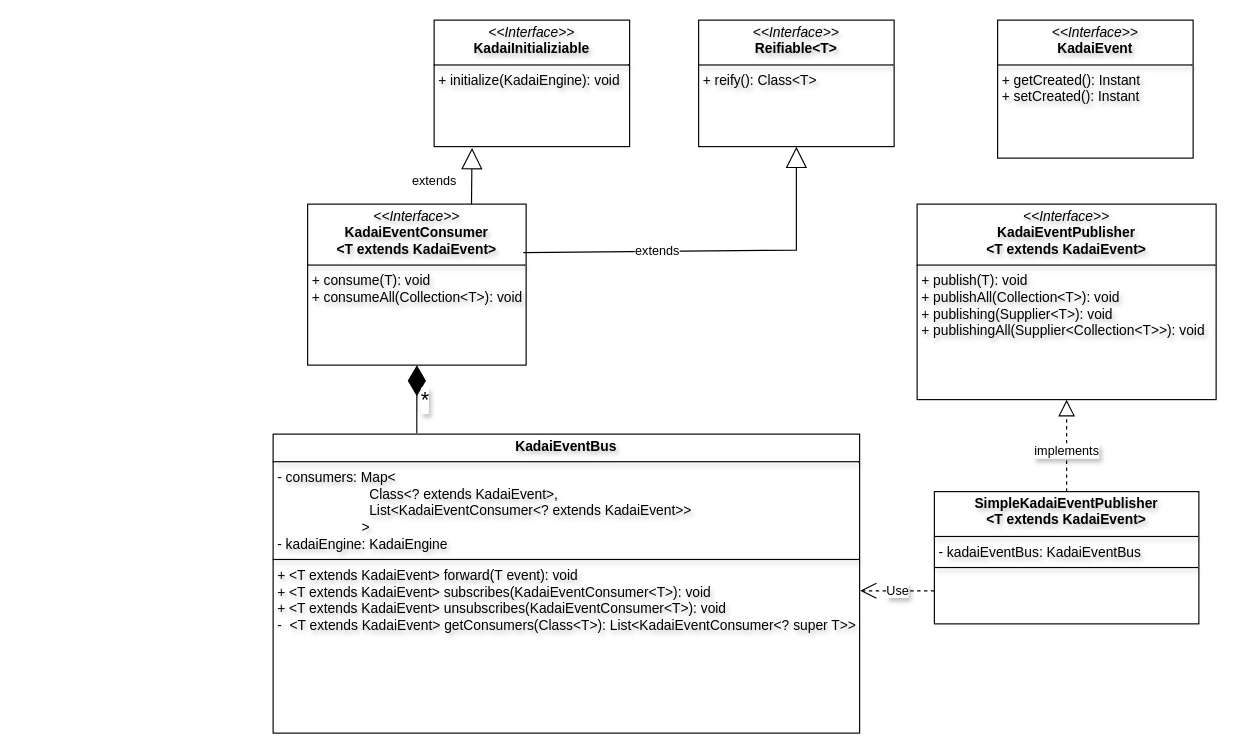
The draw.io diagram docs/user-guide/static/core-concepts/history_overview.drawio in kadai-io/kadai-doc, before the edit. Source tidied: cells renumbered, new cells numbered last; positions are measured from the earlier drawing's top-left corner, leaving out a move shared by most shapes. Both pictures are drawn from the tidied source at 115%, with x=0, y=0 at pixel (273, 20).
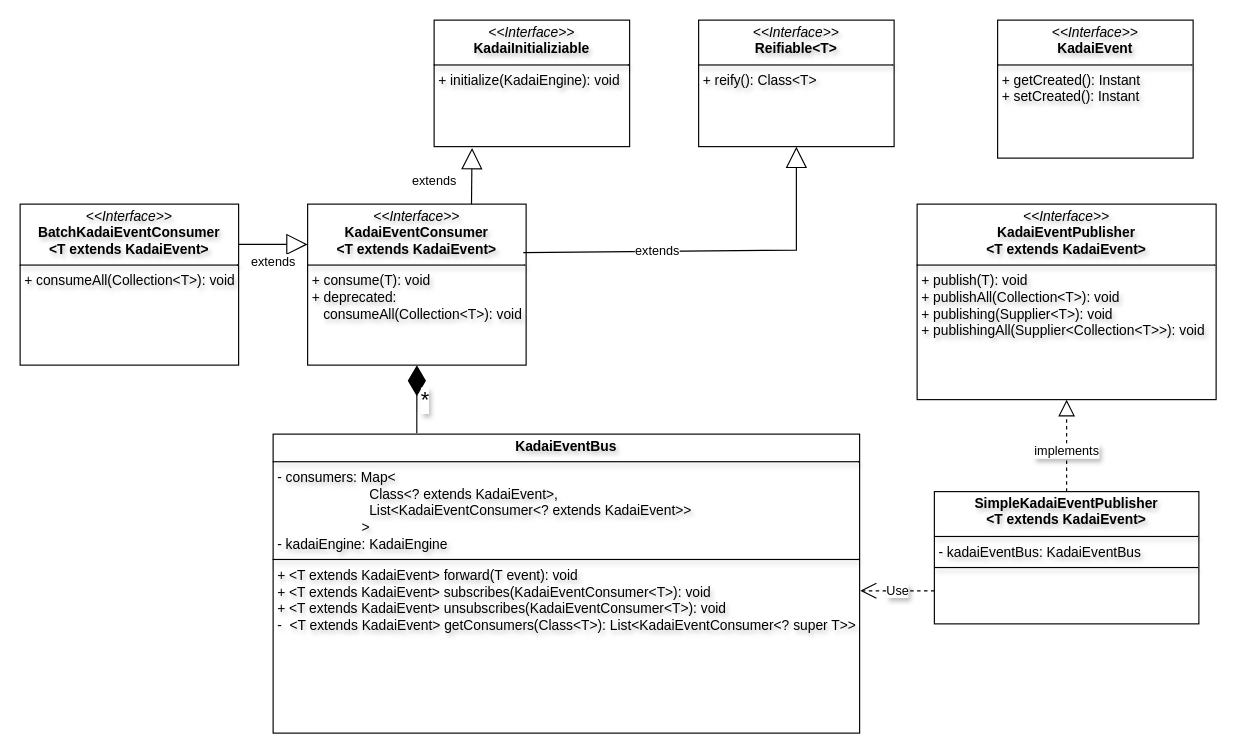
Above is the later version.

Diff of the diagram source:
```diff
@@
 <mxGraphModel>
   <root>
     <mxCell id="0" />
     <mxCell id="1" parent="0" />
-    <mxCell id="2" value="&lt;p style=&quot;margin:0px;margin-top:4px;text-align:center;&quot;&gt;&lt;i&gt;&amp;lt;&amp;lt;Interface&amp;gt;&amp;gt;&lt;/i&gt;&lt;br&gt;&lt;b&gt;KadaiEventConsumer&lt;br&gt;&amp;lt;T extends KadaiEvent&amp;gt;&lt;/b&gt;&lt;/p&gt;&lt;hr size=&quot;1&quot; style=&quot;border-style:solid;&quot;&gt;&lt;p style=&quot;margin:0px;margin-left:4px;&quot;&gt;&lt;/p&gt;&lt;p style=&quot;margin:0px;margin-left:4px;&quot;&gt;+ consume(T): void&lt;/p&gt;&lt;p style=&quot;margin:0px;margin-left:4px;&quot;&gt;+ consumeAll(Collection&amp;lt;T&amp;gt;): void&lt;/p&gt;" style="verticalAlign=top;align=left;overflow=fill;html=1;whiteSpace=wrap;textShadow=1;" parent="1" vertex="1">
+    <mxCell id="2" value="&lt;p style=&quot;margin:0px;margin-top:4px;text-align:center;&quot;&gt;&lt;i&gt;&amp;lt;&amp;lt;Interface&amp;gt;&amp;gt;&lt;/i&gt;&lt;br&gt;&lt;b&gt;KadaiEventConsumer&lt;br&gt;&amp;lt;T extends KadaiEvent&amp;gt;&lt;/b&gt;&lt;/p&gt;&lt;hr size=&quot;1&quot; style=&quot;border-style:solid;&quot;&gt;&lt;p style=&quot;margin:0px;margin-left:4px;&quot;&gt;&lt;/p&gt;&lt;p style=&quot;margin:0px;margin-left:4px;&quot;&gt;+ consume(T): void&lt;/p&gt;&lt;p style=&quot;margin:0px;margin-left:4px;&quot;&gt;+ deprecated:&lt;br&gt;&amp;nbsp; &amp;nbsp;consumeAll(Collection&amp;lt;T&amp;gt;): void&lt;/p&gt;" style="verticalAlign=top;align=left;overflow=fill;html=1;whiteSpace=wrap;textShadow=1;" parent="1" vertex="1">
       <mxGeometry x="30" y="160" width="190" height="140" as="geometry" />
     </mxCell>
     <mxCell id="3" value="&lt;p style=&quot;margin:0px;margin-top:4px;text-align:center;&quot;&gt;&lt;i&gt;&amp;lt;&amp;lt;Interface&amp;gt;&amp;gt;&lt;/i&gt;&lt;br&gt;&lt;b&gt;KadaiInitializiable&lt;br&gt;&lt;/b&gt;&lt;/p&gt;&lt;hr size=&quot;1&quot; style=&quot;border-style:solid;&quot;&gt;&lt;p style=&quot;margin:0px;margin-left:4px;&quot;&gt;&lt;/p&gt;&lt;p style=&quot;margin:0px;margin-left:4px;&quot;&gt;+ initialize(KadaiEngine): void&lt;/p&gt;" style="verticalAlign=top;align=left;overflow=fill;html=1;whiteSpace=wrap;textShadow=1;" parent="1" vertex="1">
       <mxGeometry x="140" width="170" height="110" as="geometry" />
     </mxCell>
     <mxCell id="4" value="&lt;p style=&quot;margin:0px;margin-top:4px;text-align:center;&quot;&gt;&lt;i&gt;&amp;lt;&amp;lt;Interface&amp;gt;&amp;gt;&lt;/i&gt;&lt;br&gt;&lt;b&gt;Reifiable&amp;lt;T&amp;gt;&lt;/b&gt;&lt;/p&gt;&lt;hr size=&quot;1&quot; style=&quot;border-style:solid;&quot;&gt;&lt;p style=&quot;margin:0px;margin-left:4px;&quot;&gt;&lt;/p&gt;&lt;p style=&quot;margin:0px;margin-left:4px;&quot;&gt;+ reify(): Class&amp;lt;T&amp;gt;&lt;/p&gt;" style="verticalAlign=top;align=left;overflow=fill;html=1;whiteSpace=wrap;textShadow=1;" parent="1" vertex="1">
       <mxGeometry x="370" width="170" height="110" as="geometry" />
     </mxCell>
     <mxCell id="5" value="&lt;p style=&quot;margin:0px;margin-top:4px;text-align:center;&quot;&gt;&lt;i&gt;&amp;lt;&amp;lt;Interface&amp;gt;&amp;gt;&lt;/i&gt;&lt;br&gt;&lt;b&gt;KadaiEventPublisher&lt;br&gt;&amp;lt;T extends KadaiEvent&amp;gt;&lt;/b&gt;&lt;/p&gt;&lt;hr size=&quot;1&quot; style=&quot;border-style:solid;&quot;&gt;&lt;p style=&quot;margin:0px;margin-left:4px;&quot;&gt;&lt;/p&gt;&lt;p style=&quot;margin:0px;margin-left:4px;&quot;&gt;+ publish(T): void&lt;/p&gt;&lt;p style=&quot;margin:0px;margin-left:4px;&quot;&gt;+ publishAll(Collection&amp;lt;T&amp;gt;): void&lt;/p&gt;&lt;p style=&quot;margin: 0px 0px 0px 4px;&quot;&gt;&lt;/p&gt;&lt;p style=&quot;margin: 0px 0px 0px 4px;&quot;&gt;+ publishing(Supplier&amp;lt;T&amp;gt;): void&lt;/p&gt;&lt;p style=&quot;margin: 0px 0px 0px 4px;&quot;&gt;+ publishingAll(Supplier&amp;lt;&lt;span style=&quot;background-color: transparent; color: light-dark(rgb(0, 0, 0), rgb(255, 255, 255));&quot;&gt;Collection&amp;lt;T&amp;gt;&amp;gt;&lt;/span&gt;&lt;span style=&quot;background-color: transparent; color: light-dark(rgb(0, 0, 0), rgb(255, 255, 255));&quot;&gt;): void&lt;/span&gt;&lt;/p&gt;" style="verticalAlign=top;align=left;overflow=fill;html=1;whiteSpace=wrap;textShadow=1;" parent="1" vertex="1">
       <mxGeometry x="560" y="160" width="260" height="170" as="geometry" />
     </mxCell>
     <mxCell id="6" value="&lt;p style=&quot;margin:0px;margin-top:4px;text-align:center;&quot;&gt;&lt;i&gt;&amp;lt;&amp;lt;Interface&amp;gt;&amp;gt;&lt;/i&gt;&lt;br&gt;&lt;b&gt;KadaiEvent&lt;/b&gt;&lt;/p&gt;&lt;hr size=&quot;1&quot; style=&quot;border-style:solid;&quot;&gt;&lt;p style=&quot;margin:0px;margin-left:4px;&quot;&gt;&lt;/p&gt;&lt;p style=&quot;margin:0px;margin-left:4px;&quot;&gt;+ getCreated(): Instant&lt;/p&gt;&lt;p style=&quot;margin:0px;margin-left:4px;&quot;&gt;+ setCreated(): Instant&lt;/p&gt;" style="verticalAlign=top;align=left;overflow=fill;html=1;whiteSpace=wrap;textShadow=1;" parent="1" vertex="1">
       <mxGeometry x="630" width="170" height="120" as="geometry" />
     </mxCell>
     <mxCell id="7" value="&lt;p style=&quot;margin:0px;margin-top:4px;text-align:center;&quot;&gt;&lt;b&gt;SimpleKadaiEventPublisher&lt;br&gt;&amp;lt;T extends KadaiEvent&amp;gt;&lt;/b&gt;&lt;/p&gt;&lt;hr size=&quot;1&quot; style=&quot;border-style:solid;&quot;&gt;&lt;p style=&quot;margin:0px;margin-left:4px;&quot;&gt;- kadaiEventBus: KadaiEventBus&lt;/p&gt;&lt;hr size=&quot;1&quot; style=&quot;border-style:solid;&quot;&gt;&lt;p style=&quot;margin:0px;margin-left:4px;&quot;&gt;&lt;br&gt;&lt;/p&gt;" style="verticalAlign=top;align=left;overflow=fill;html=1;whiteSpace=wrap;textShadow=1;" parent="1" vertex="1">
       <mxGeometry x="575" y="410" width="230" height="115" as="geometry" />
     </mxCell>
     <mxCell id="8" value="&lt;p style=&quot;margin:0px;margin-top:4px;text-align:center;&quot;&gt;&lt;b&gt;KadaiEventBus&lt;/b&gt;&lt;/p&gt;&lt;hr size=&quot;1&quot; style=&quot;border-style:solid;&quot;&gt;&lt;p style=&quot;margin:0px;margin-left:4px;&quot;&gt;- consumers:&amp;nbsp;Map&amp;lt;&lt;/p&gt;&lt;p style=&quot;margin:0px;margin-left:4px;&quot;&gt;&amp;nbsp; &amp;nbsp; &amp;nbsp; &amp;nbsp; &amp;nbsp; &amp;nbsp; &amp;nbsp; &amp;nbsp; &amp;nbsp; &amp;nbsp; &amp;nbsp; &amp;nbsp; Class&amp;lt;? extends KadaiEvent&amp;gt;,&amp;nbsp;&lt;/p&gt;&lt;p style=&quot;margin:0px;margin-left:4px;&quot;&gt;&amp;nbsp; &amp;nbsp; &amp;nbsp; &amp;nbsp; &amp;nbsp; &amp;nbsp; &amp;nbsp; &amp;nbsp; &amp;nbsp; &amp;nbsp; &amp;nbsp; &amp;nbsp; List&amp;lt;KadaiEventConsumer&amp;lt;? extends KadaiEvent&amp;gt;&amp;gt;&lt;/p&gt;&lt;p style=&quot;margin:0px;margin-left:4px;&quot;&gt;&amp;nbsp; &amp;nbsp; &amp;nbsp; &amp;nbsp; &amp;nbsp; &amp;nbsp; &amp;nbsp; &amp;nbsp; &amp;nbsp; &amp;nbsp; &amp;nbsp; &amp;gt;&lt;/p&gt;&lt;p style=&quot;margin:0px;margin-left:4px;&quot;&gt;- kadaiEngine: KadaiEngine&lt;/p&gt;&lt;hr size=&quot;1&quot; style=&quot;border-style:solid;&quot;&gt;&lt;p style=&quot;margin:0px;margin-left:4px;&quot;&gt;+ &amp;lt;T extends KadaiEvent&amp;gt; forward(T event): void&lt;/p&gt;&lt;p style=&quot;margin:0px;margin-left:4px;&quot;&gt;+&amp;nbsp;&lt;span style=&quot;background-color: transparent; color: light-dark(rgb(0, 0, 0), rgb(255, 255, 255));&quot;&gt;&amp;lt;T extends KadaiEvent&amp;gt;&amp;nbsp;&lt;/span&gt;&lt;span style=&quot;background-color: transparent; color: light-dark(rgb(0, 0, 0), rgb(255, 255, 255));&quot;&gt;subscribes(KadaiEventConsumer&amp;lt;T&amp;gt;): void&lt;/span&gt;&lt;/p&gt;&lt;p style=&quot;margin:0px;margin-left:4px;&quot;&gt;+&amp;nbsp;&lt;span style=&quot;color: light-dark(rgb(0, 0, 0), rgb(255, 255, 255)); background-color: transparent;&quot;&gt;&amp;lt;T extends KadaiEvent&amp;gt; un&lt;/span&gt;&lt;span style=&quot;color: light-dark(rgb(0, 0, 0), rgb(255, 255, 255)); background-color: transparent;&quot;&gt;subscribes(KadaiEventConsumer&amp;lt;T&amp;gt;): void&lt;/span&gt;&lt;span style=&quot;background-color: transparent; color: light-dark(rgb(0, 0, 0), rgb(255, 255, 255));&quot;&gt;&lt;/span&gt;&lt;/p&gt;&lt;p style=&quot;margin:0px;margin-left:4px;&quot;&gt;-&amp;nbsp; &amp;lt;T extends KadaiEvent&amp;gt;&amp;nbsp;getConsumers(Class&amp;lt;T&amp;gt;):&amp;nbsp;List&amp;lt;KadaiEventConsumer&amp;lt;? super T&amp;gt;&amp;gt;&lt;span style=&quot;color: light-dark(rgb(0, 0, 0), rgb(255, 255, 255)); background-color: transparent;&quot;&gt;&lt;/span&gt;&lt;/p&gt;" style="verticalAlign=top;align=left;overflow=fill;html=1;whiteSpace=wrap;textShadow=1;" parent="1" vertex="1">
       <mxGeometry y="360" width="510" height="260" as="geometry" />
     </mxCell>
     <mxCell id="9" style="endArrow=block;dashed=1;endFill=0;endSize=12;html=1;rounded=0;textShadow=1;exitX=0.5;exitY=0;exitDx=0;exitDy=0;entryX=0.5;entryY=1;entryDx=0;entryDy=0;" parent="1" edge="1" source="7" target="5">
       <mxGeometry relative="1" as="geometry" />
     </mxCell>
     <mxCell id="10" value="implements" style="edgeLabel;html=1;align=center;verticalAlign=middle;textShadow=1;" parent="9" vertex="1">
       <mxGeometry x="-0.11" y="1" relative="1" as="geometry" />
     </mxCell>
     <mxCell id="11" style="endArrow=diamondThin;endFill=1;endSize=24;html=1;rounded=0;textShadow=1;entryX=0.5;entryY=1;entryDx=0;entryDy=0;exitX=0.245;exitY=-0.003;exitDx=0;exitDy=0;exitPerimeter=0;" parent="1" edge="1" source="8" target="2">
       <mxGeometry relative="1" as="geometry" />
     </mxCell>
     <mxCell id="12" value="*" style="edgeLabel;html=1;align=center;verticalAlign=middle;fontSize=19;textShadow=1;" parent="11" vertex="1">
       <mxGeometry x="0.4" y="1" relative="1" as="geometry">
         <mxPoint x="8" y="12" as="offset" />
       </mxGeometry>
     </mxCell>
     <mxCell id="13" value="Use" style="endArrow=open;endSize=12;dashed=1;html=1;rounded=0;exitX=0;exitY=0.75;exitDx=0;exitDy=0;textShadow=1;entryX=1.001;entryY=0.524;entryDx=0;entryDy=0;entryPerimeter=0;" parent="1" edge="1" source="7" target="8">
       <mxGeometry relative="1" as="geometry" />
     </mxCell>
     <mxCell id="14" value="extends" style="endArrow=block;endSize=16;endFill=0;html=1;rounded=0;exitX=0.987;exitY=0.301;exitDx=0;exitDy=0;entryX=0.5;entryY=1;entryDx=0;entryDy=0;exitPerimeter=0;" parent="1" edge="1" source="2" target="4">
       <mxGeometry x="-0.29" relative="1" as="geometry">
         <Array as="points">
           <mxPoint x="455" y="200" />
         </Array>
       </mxGeometry>
     </mxCell>
     <mxCell id="15" value="extends" style="endArrow=block;endSize=16;endFill=0;html=1;rounded=0;exitX=0.75;exitY=0;exitDx=0;exitDy=0;entryX=0.194;entryY=1.01;entryDx=0;entryDy=0;entryPerimeter=0;" parent="1" edge="1" source="2" target="3">
       <mxGeometry x="-0.2" y="33" relative="1" as="geometry" />
     </mxCell>
+    <mxCell id="16" value="&lt;p style=&quot;margin:0px;margin-top:4px;text-align:center;&quot;&gt;&lt;i&gt;&amp;lt;&amp;lt;Interface&amp;gt;&amp;gt;&lt;/i&gt;&lt;br&gt;&lt;b&gt;BatchKadaiEventConsumer&lt;br&gt;&amp;lt;T extends KadaiEvent&amp;gt;&lt;/b&gt;&lt;/p&gt;&lt;hr size=&quot;1&quot; style=&quot;border-style:solid;&quot;&gt;&lt;p style=&quot;margin:0px;margin-left:4px;&quot;&gt;&lt;/p&gt;&lt;p style=&quot;margin:0px;margin-left:4px;&quot;&gt;&lt;span style=&quot;background-color: transparent; color: light-dark(rgb(0, 0, 0), rgb(255, 255, 255));&quot;&gt;+ consumeAll(Collection&amp;lt;T&amp;gt;): void&lt;/span&gt;&lt;/p&gt;" style="verticalAlign=top;align=left;overflow=fill;html=1;whiteSpace=wrap;textShadow=1;" parent="1" vertex="1">
+      <mxGeometry x="-220" y="160" width="190" height="140" as="geometry" />
+    </mxCell>
+    <mxCell id="17" value="extends" style="endArrow=block;endSize=16;endFill=0;html=1;rounded=0;exitX=1;exitY=0.25;exitDx=0;exitDy=0;entryX=0;entryY=0.25;entryDx=0;entryDy=0;" parent="1" edge="1" source="16" target="2">
+      <mxGeometry y="-15" relative="1" as="geometry" />
+    </mxCell>
   </root>
 </mxGraphModel>
```
